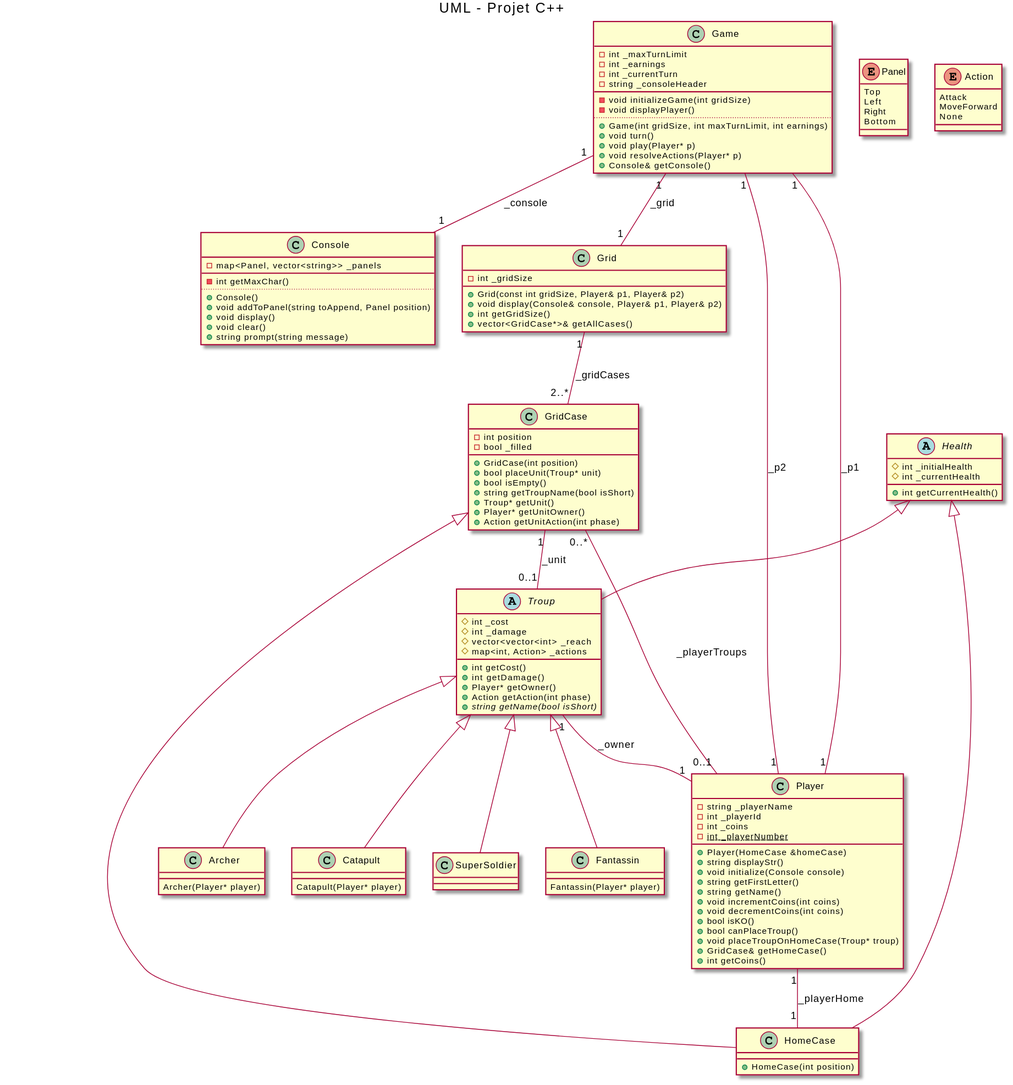
Above: doc/UML.svg in 0xWryth/CLIAgeOfWar (PlantUML), before the change.
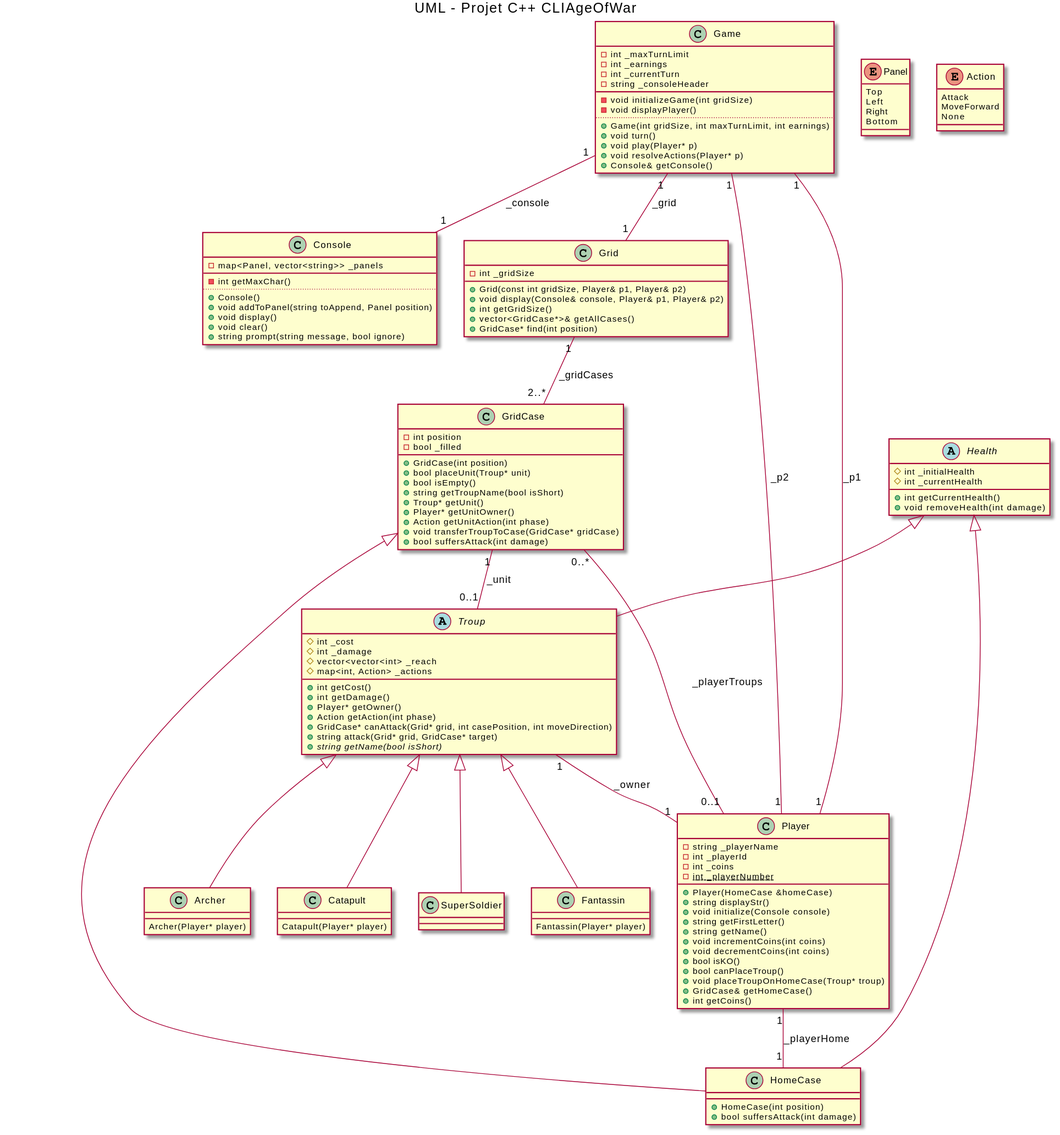
The same file after the commit.

The edit, as a diff of the source:
```diff
@@ -1,5 +1,5 @@
 @startuml
-title UML - Projet C++
+title UML - Projet C++ CLIAgeOfWar
 
 class Game {
     - int _maxTurnLimit
@@ -25,7 +25,7 @@
     + void addToPanel(string toAppend, Panel position)
     + void display()
     + void clear()
-    + string prompt(string message)
+    + string prompt(string message, bool ignore)
 }
 abstract class Troup {
     # int _cost
@@ -36,6 +36,8 @@
     + int getDamage()
     + Player* getOwner()
     + Action getAction(int phase)
+    + GridCase* canAttack(Grid* grid, int casePosition, int moveDirection)
+    + string attack(Grid* grid, GridCase* target)
     + {abstract} string getName(bool isShort)
 }
 class Grid {
@@ -44,6 +46,7 @@
     + void display(Console& console, Player& p1, Player& p2)
     + int getGridSize()
     + vector<GridCase*>& getAllCases()
+    + GridCase* find(int position)
 }
 class GridCase {
     - int position
@@ -55,14 +58,18 @@
     + Troup* getUnit()
     + Player* getUnitOwner()
     + Action getUnitAction(int phase)
+    + void transferTroupToCase(GridCase* gridCase)
+    + bool suffersAttack(int damage)
 }
 class HomeCase {
     + HomeCase(int position)
+    + bool suffersAttack(int damage)
 }
 abstract class Health {
     # int _initialHealth
     # int _currentHealth
     + int getCurrentHealth()
+    + void removeHealth(int damage)
 }
 class Fantassin {
     Fantassin(Player* player)
```
